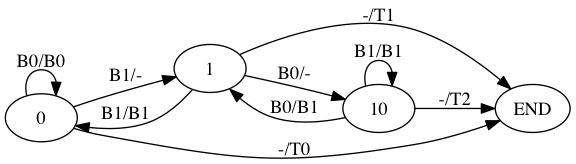
Before: doc/divisionby3.png, a diagram exported from Graphviz (ihh/dnastore). Its source is kept beside it as doc/divisionby3.dot. The source it was exported from:
```dot
digraph G {
	rankdir=LR;
	0 -> 0 [label="B0/B0"];
	0 -> 1 [label="B1/-"];
	0 -> END [label="-/T0"];
	1 -> 10 [label="B0/-"];
	1 -> 0 [label="B1/B1"];
	1 -> END [label="-/T1"];
	10 -> 1 [label="B0/B1"];
	10 -> 10 [label="B1/B1"];
	10 -> END [label="-/T2"];
}
```
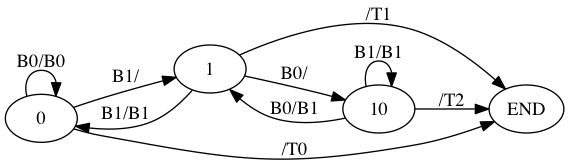
The same file after the commit.

What changed in the source:
```diff
@@ -1,12 +1,12 @@
 digraph G {
 	rankdir=LR;
 	0 -> 0 [label="B0/B0"];
-	0 -> 1 [label="B1/-"];
-	0 -> END [label="-/T0"];
-	1 -> 10 [label="B0/-"];
+	0 -> 1 [label="B1/"];
+	0 -> END [label="/T0"];
+	1 -> 10 [label="B0/"];
 	1 -> 0 [label="B1/B1"];
-	1 -> END [label="-/T1"];
+	1 -> END [label="/T1"];
 	10 -> 1 [label="B0/B1"];
 	10 -> 10 [label="B1/B1"];
-	10 -> END [label="-/T2"];
+	10 -> END [label="/T2"];
 }
```
